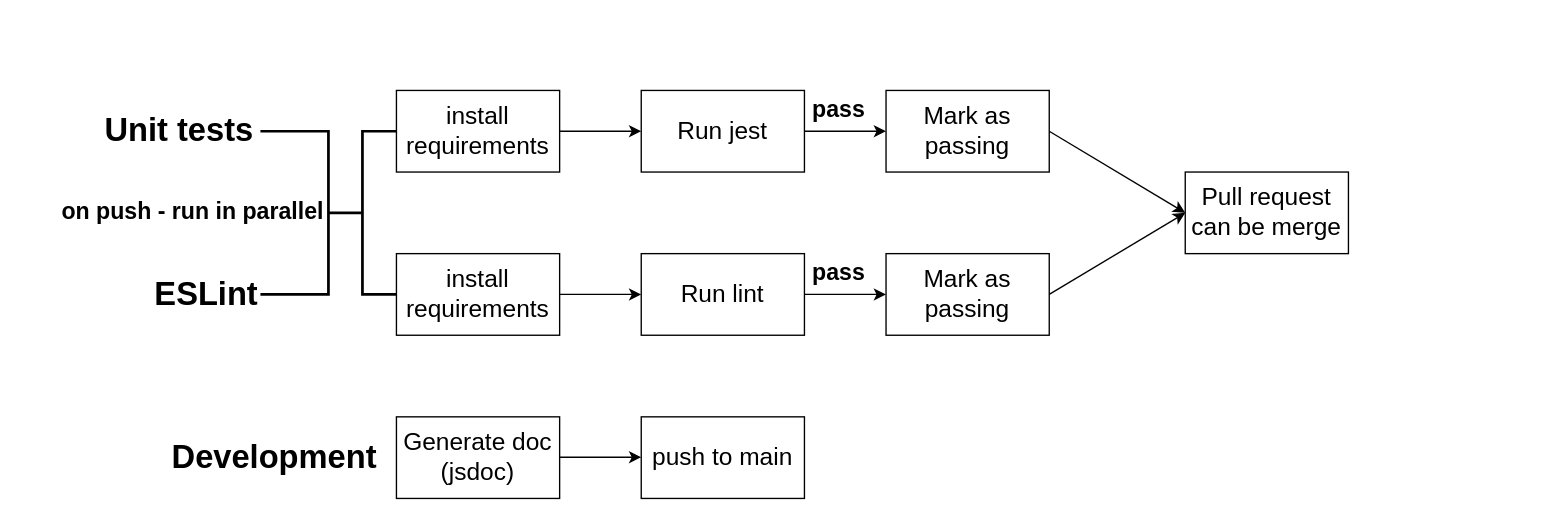
This is admin/cipipeline/phase1.drawio from cse110-sp23-group12/cse110-sp23-group12, a draw.io file, before an edit. Source tidied: cells renumbered, new cells numbered last; positions are measured from the earlier drawing's top-left corner, leaving out a move shared by most shapes. Both pictures are drawn from the tidied source at 136%, with x=0, y=0 at pixel (110, 83).
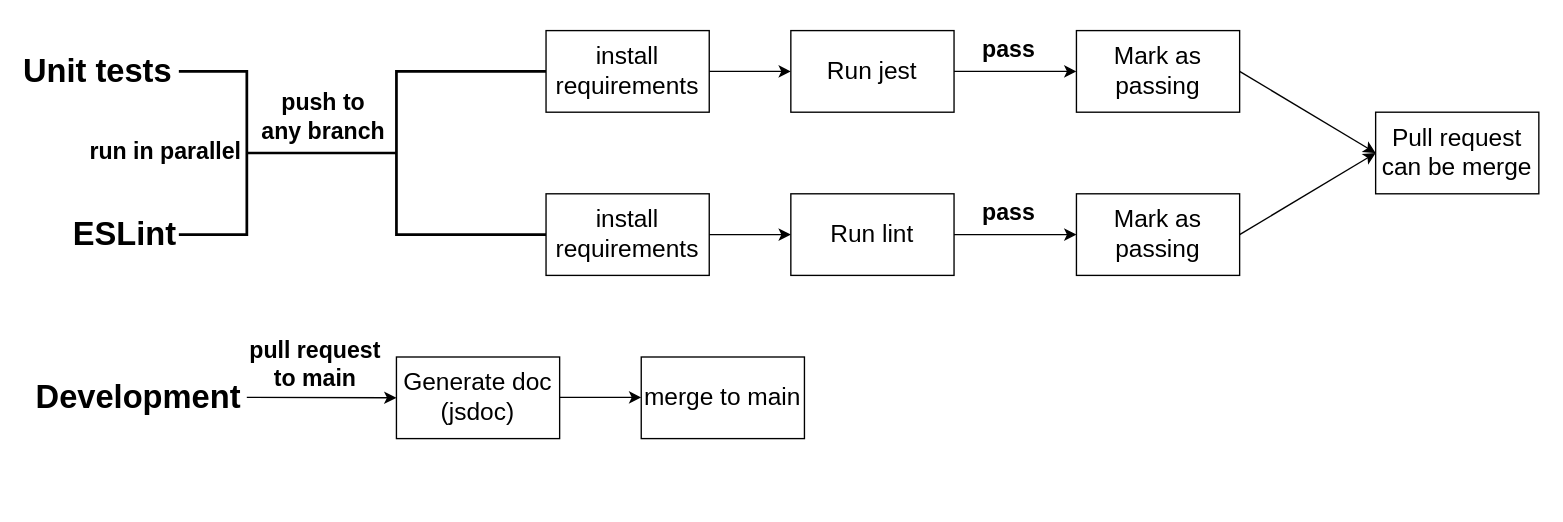
The same diagram, later.

The edit, as a diff of the source:
```diff
@@
     <mxCell id="2" value="&lt;font style=&quot;font-size: 18px;&quot;&gt;Run jest&lt;/font&gt;" style="rounded=0;whiteSpace=wrap;html=1;" parent="1" vertex="1">
-      <mxGeometry x="390" y="5" width="120" height="60" as="geometry" />
+      <mxGeometry x="500" y="-39" width="120" height="60" as="geometry" />
     </mxCell>
     <mxCell id="3" style="strokeWidth=2;html=1;shape=mxgraph.flowchart.annotation_2;align=left;labelPosition=right;" parent="1" vertex="1">
-      <mxGeometry x="160" y="35" width="50" height="120" as="geometry" />
+      <mxGeometry x="100" y="-9" width="220" height="120" as="geometry" />
     </mxCell>
     <mxCell id="4" style="strokeWidth=2;html=1;shape=mxgraph.flowchart.annotation_1;align=left;rotation=-180;" parent="1" vertex="1">
-      <mxGeometry x="110" y="35" width="50" height="120" as="geometry" />
+      <mxGeometry x="50" y="-9" width="50" height="120" as="geometry" />
     </mxCell>
     <mxCell id="5" value="Development" style="text;strokeColor=none;fillColor=none;html=1;fontSize=24;fontStyle=1;verticalAlign=middle;align=center;" parent="1" vertex="1">
-      <mxGeometry x="70" y="255" width="100" height="40" as="geometry" />
+      <mxGeometry x="-30" y="211" width="100" height="40" as="geometry" />
     </mxCell>
     <mxCell id="6" value="Unit tests" style="text;strokeColor=none;fillColor=none;html=1;fontSize=24;fontStyle=1;verticalAlign=middle;align=center;" parent="1" vertex="1">
-      <mxGeometry y="15" width="100" height="40" as="geometry" />
+      <mxGeometry x="-60" y="-29" width="100" height="40" as="geometry" />
     </mxCell>
     <mxCell id="7" value="ESLint" style="text;strokeColor=none;fillColor=none;html=1;fontSize=24;fontStyle=1;verticalAlign=middle;align=center;" parent="1" vertex="1">
-      <mxGeometry x="20" y="135" width="100" height="40" as="geometry" />
+      <mxGeometry x="-40" y="91" width="100" height="40" as="geometry" />
     </mxCell>
-    <mxCell id="8" value="on push - run in parallel" style="text;strokeColor=none;fillColor=none;html=1;fontSize=17;fontStyle=1;verticalAlign=middle;align=center;" parent="1" vertex="1">
-      <mxGeometry x="10" y="75" width="100" height="40" as="geometry" />
+    <mxCell id="8" value="run in parallel" style="text;strokeColor=none;fillColor=none;html=1;fontSize=17;fontStyle=1;verticalAlign=middle;align=center;" parent="1" vertex="1">
+      <mxGeometry x="-10" y="31" width="100" height="40" as="geometry" />
     </mxCell>
     <mxCell id="9" value="&lt;font style=&quot;font-size: 18px;&quot;&gt;install requirements&lt;/font&gt;" style="rounded=0;whiteSpace=wrap;html=1;" parent="1" vertex="1">
-      <mxGeometry x="210" y="5" width="120" height="60" as="geometry" />
+      <mxGeometry x="320" y="-39" width="120" height="60" as="geometry" />
     </mxCell>
     <mxCell id="10" value="&lt;font style=&quot;font-size: 18px;&quot;&gt;install requirements&lt;/font&gt;" style="rounded=0;whiteSpace=wrap;html=1;" parent="1" vertex="1">
-      <mxGeometry x="210" y="125" width="120" height="60" as="geometry" />
+      <mxGeometry x="320" y="81" width="120" height="60" as="geometry" />
     </mxCell>
     <mxCell id="11" value="&lt;font style=&quot;font-size: 18px;&quot;&gt;Run lint&lt;/font&gt;" style="rounded=0;whiteSpace=wrap;html=1;" parent="1" vertex="1">
-      <mxGeometry x="390" y="125" width="120" height="60" as="geometry" />
+      <mxGeometry x="500" y="81" width="120" height="60" as="geometry" />
     </mxCell>
     <mxCell id="12" value="&lt;font style=&quot;font-size: 18px;&quot;&gt;Mark as passing&lt;/font&gt;" style="rounded=0;whiteSpace=wrap;html=1;" parent="1" vertex="1">
-      <mxGeometry x="570" y="5" width="120" height="60" as="geometry" />
+      <mxGeometry x="710" y="-39" width="120" height="60" as="geometry" />
     </mxCell>
     <mxCell id="13" value="&lt;font style=&quot;font-size: 18px;&quot;&gt;Mark as passing&lt;/font&gt;" style="rounded=0;whiteSpace=wrap;html=1;" parent="1" vertex="1">
-      <mxGeometry x="570" y="125" width="120" height="60" as="geometry" />
+      <mxGeometry x="710" y="81" width="120" height="60" as="geometry" />
     </mxCell>
@@
     <mxCell id="18" value="pass" style="text;strokeColor=none;fillColor=none;html=1;fontSize=17;fontStyle=1;verticalAlign=middle;align=center;" parent="1" vertex="1">
-      <mxGeometry x="485" width="100" height="40" as="geometry" />
+      <mxGeometry x="610" y="-44" width="100" height="40" as="geometry" />
     </mxCell>
     <mxCell id="19" value="pass" style="text;strokeColor=none;fillColor=none;html=1;fontSize=17;fontStyle=1;verticalAlign=middle;align=center;" parent="1" vertex="1">
-      <mxGeometry x="485" y="120" width="100" height="40" as="geometry" />
+      <mxGeometry x="610" y="76" width="100" height="40" as="geometry" />
     </mxCell>
     <mxCell id="20" value="&lt;font style=&quot;font-size: 18px;&quot;&gt;Pull request can be merge&lt;/font&gt;" style="rounded=0;whiteSpace=wrap;html=1;" parent="1" vertex="1">
-      <mxGeometry x="790" y="65" width="120" height="60" as="geometry" />
+      <mxGeometry x="930" y="21" width="120" height="60" as="geometry" />
     </mxCell>
@@
+    <mxCell id="26" style="edgeStyle=none;html=1;" parent="1" edge="1" source="23">
+      <mxGeometry relative="1" as="geometry">
+        <mxPoint x="210" y="231" as="targetPoint" />
+      </mxGeometry>
+    </mxCell>
     <mxCell id="23" value="&lt;font style=&quot;font-size: 18px;&quot;&gt;Generate doc (jsdoc)&lt;/font&gt;" style="rounded=0;whiteSpace=wrap;html=1;" parent="1" vertex="1">
-      <mxGeometry x="210" y="245" width="120" height="60" as="geometry" />
+      <mxGeometry x="210" y="201" width="120" height="60" as="geometry" />
     </mxCell>
-    <mxCell id="24" value="&lt;font style=&quot;font-size: 18px;&quot;&gt;push to main&lt;/font&gt;" style="rounded=0;whiteSpace=wrap;html=1;" parent="1" vertex="1">
-      <mxGeometry x="390" y="245" width="120" height="60" as="geometry" />
+    <mxCell id="24" value="&lt;font style=&quot;font-size: 18px;&quot;&gt;merge to main&lt;/font&gt;" style="rounded=0;whiteSpace=wrap;html=1;" parent="1" vertex="1">
+      <mxGeometry x="390" y="201" width="120" height="60" as="geometry" />
     </mxCell>
     <mxCell id="25" style="endArrow=classic;html=1;rounded=0;exitX=1;exitY=0.5;exitDx=0;exitDy=0;entryX=0;entryY=0.5;entryDx=0;entryDy=0;" parent="1" edge="1">
       <mxGeometry relative="1" as="geometry">
-        <mxPoint x="330" y="274.7" as="sourcePoint" />
-        <mxPoint x="390" y="274.7" as="targetPoint" />
+        <mxPoint x="330" y="230.7" as="sourcePoint" />
+        <mxPoint x="390" y="230.7" as="targetPoint" />
       </mxGeometry>
     </mxCell>
+    <mxCell id="27" value="pull request&lt;br&gt;to main" style="text;strokeColor=none;fillColor=none;html=1;fontSize=17;fontStyle=1;verticalAlign=middle;align=center;" parent="1" vertex="1">
+      <mxGeometry x="100" y="187" width="100" height="40" as="geometry" />
+    </mxCell>
+    <mxCell id="28" value="push to &lt;br&gt;any branch" style="text;strokeColor=none;fillColor=none;html=1;fontSize=17;fontStyle=1;verticalAlign=middle;align=center;" parent="1" vertex="1">
+      <mxGeometry x="106" y="5" width="100" height="40" as="geometry" />
+    </mxCell>
+    <mxCell id="29" style="endArrow=classic;html=1;rounded=0;exitX=1;exitY=0.5;exitDx=0;exitDy=0;entryX=0;entryY=0.5;entryDx=0;entryDy=0;" parent="1" edge="1" target="23">
+      <mxGeometry relative="1" as="geometry">
+        <mxPoint x="100" y="230.7" as="sourcePoint" />
+      </mxGeometry>
+    </mxCell>
```
